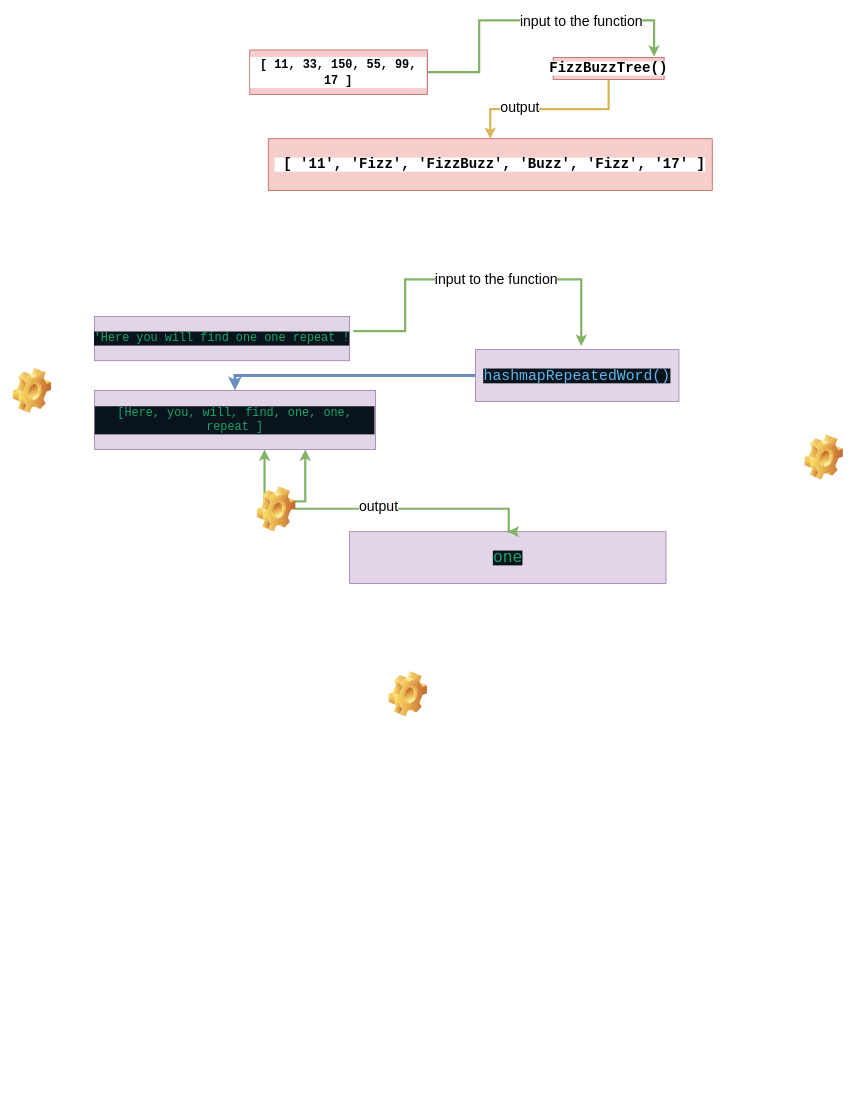
This is page "Page-7" (9 of 13) of Untitled Diagram.drawio from shadykh/uml, a draw.io file, before an edit. Source tidied: cells renumbered, new cells numbered last; positions are measured from the earlier drawing's top-left corner, leaving out a move shared by most shapes. Both pictures are drawn from the tidied source at 74%, with x=0, y=0 at pixel (13, 20).
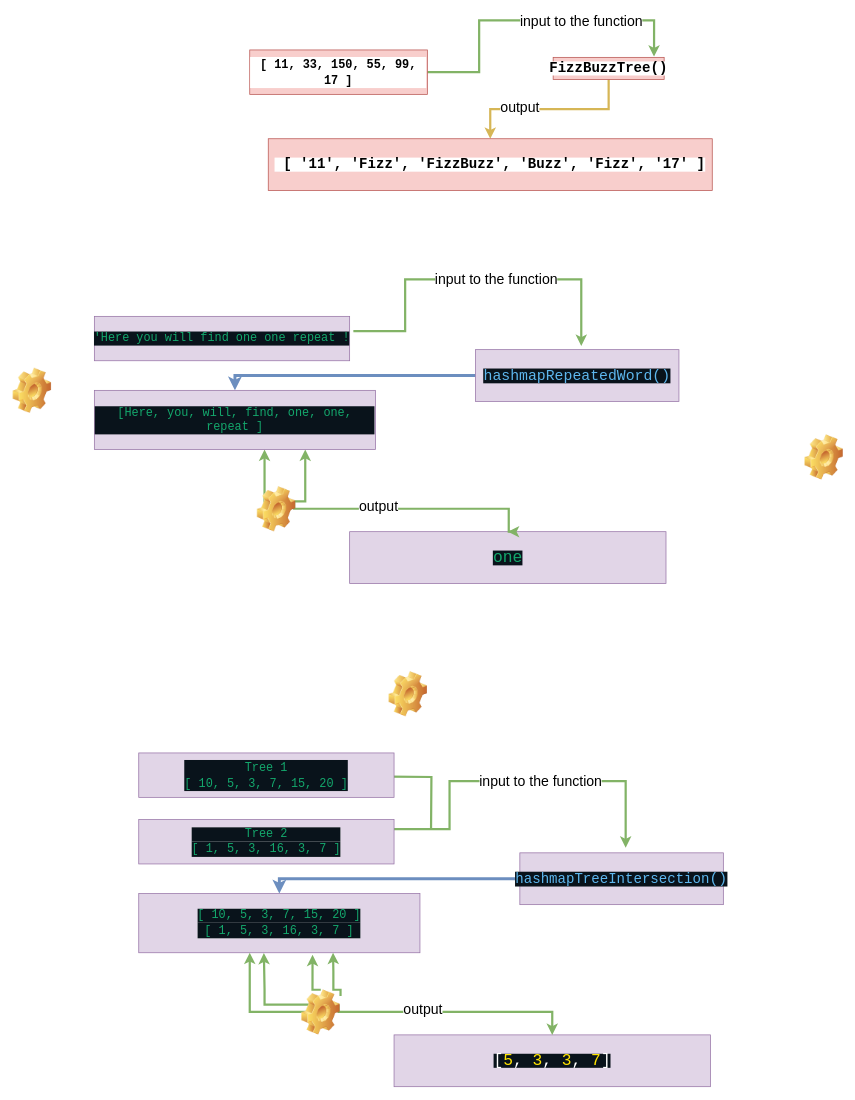
The same page after the edit.

Change to the diagram source:
```diff
@@
+    <mxCell id="26" style="edgeStyle=orthogonalEdgeStyle;rounded=0;orthogonalLoop=1;jettySize=auto;html=1;exitX=1;exitY=0.25;exitDx=0;exitDy=0;fontColor=#000000;strokeWidth=3;fillColor=#d5e8d4;strokeColor=#82b366;" parent="1" edge="1">
+      <mxGeometry relative="1" as="geometry">
+        <mxPoint x="515" y="1093" as="sourcePoint" />
+        <mxPoint x="828" y="1118" as="targetPoint" />
+        <Array as="points">
+          <mxPoint x="590" y="1093" />
+          <mxPoint x="590" y="1028" />
+          <mxPoint x="828" y="1028" />
+        </Array>
+      </mxGeometry>
+    </mxCell>
+    <mxCell id="27" value="input to the function" style="edgeLabel;html=1;align=center;verticalAlign=middle;fontSize=19;" parent="26" vertex="1">
+      <mxGeometry x="-0.07" y="-1" relative="1" as="geometry">
+        <mxPoint x="44" y="-1" as="offset" />
+      </mxGeometry>
+    </mxCell>
+    <mxCell id="28" value="&lt;div style=&quot;line-height: 19px&quot;&gt;&lt;div style=&quot;color: rgb(255 , 255 , 255) ; background-color: rgb(9 , 19 , 27) ; font-family: &amp;#34;consolas&amp;#34; , &amp;#34;courier new&amp;#34; , monospace ; font-weight: normal ; line-height: 19px&quot;&gt;&lt;span style=&quot;color: rgb(20 , 167 , 108)&quot;&gt;&lt;font style=&quot;font-size: 16px&quot;&gt;Tree 2&lt;/font&gt;&lt;/span&gt;&lt;/div&gt;&lt;div style=&quot;background-color: rgb(9 , 19 , 27) ; line-height: 19px&quot;&gt;&lt;font&gt;&lt;font color=&quot;#14a76c&quot; face=&quot;consolas, courier new, monospace&quot;&gt;&lt;span style=&quot;font-weight: 400&quot;&gt;[ 1, 5, 3, 16, 3, 7 ]&lt;/span&gt;&lt;/font&gt;&lt;br&gt;&lt;/font&gt;&lt;/div&gt;&lt;/div&gt;" style="text;html=1;align=center;verticalAlign=middle;whiteSpace=wrap;rounded=0;labelBackgroundColor=#ffffff;fontSize=16;fontStyle=1;strokeColor=#9673a6;fillColor=#e1d5e7;" parent="1" vertex="1">
+      <mxGeometry x="170" y="1080" width="345" height="60" as="geometry" />
+    </mxCell>
+    <mxCell id="29" style="edgeStyle=orthogonalEdgeStyle;rounded=0;orthogonalLoop=1;jettySize=auto;html=1;exitX=0.5;exitY=1;exitDx=0;exitDy=0;fontColor=#000000;" parent="1" edge="1">
+      <mxGeometry relative="1" as="geometry">
+        <mxPoint x="465" y="1200" as="sourcePoint" />
+        <mxPoint x="465" y="1200" as="targetPoint" />
+      </mxGeometry>
+    </mxCell>
+    <mxCell id="30" style="edgeStyle=orthogonalEdgeStyle;rounded=0;jettySize=auto;html=1;exitX=0;exitY=0.5;exitDx=0;exitDy=0;entryX=0.5;entryY=0;entryDx=0;entryDy=0;strokeWidth=4;fillColor=#dae8fc;strokeColor=#6c8ebf;" parent="1" edge="1" source="31" target="36">
+      <mxGeometry relative="1" as="geometry" />
+    </mxCell>
+    <mxCell id="31" value="&lt;div style=&quot;font-family: &amp;#34;consolas&amp;#34; , &amp;#34;courier new&amp;#34; , monospace ; line-height: 19px&quot;&gt;&lt;div style=&quot;color: rgb(255 , 255 , 255) ; background-color: rgb(9 , 19 , 27) ; font-family: &amp;#34;consolas&amp;#34; , &amp;#34;courier new&amp;#34; , monospace ; font-weight: normal ; line-height: 19px&quot;&gt;&lt;span style=&quot;color: rgb(94 , 183 , 238) ; font-family: &amp;#34;consolas&amp;#34; , &amp;#34;courier new&amp;#34; , monospace&quot;&gt;&lt;font style=&quot;font-size: 19px&quot;&gt;hashmapTreeIntersection&lt;/font&gt;&lt;/span&gt;&lt;span style=&quot;color: rgb(94 , 183 , 238)&quot;&gt;&lt;font style=&quot;font-size: 20px&quot;&gt;()&lt;/font&gt;&lt;/span&gt;&lt;/div&gt;&lt;/div&gt;" style="text;html=1;strokeColor=#9673a6;fillColor=#e1d5e7;align=center;verticalAlign=middle;whiteSpace=wrap;rounded=0;labelBackgroundColor=#ffffff;fontSize=19;fontStyle=1;" parent="1" vertex="1">
+      <mxGeometry x="685" y="1125" width="275" height="70" as="geometry" />
+    </mxCell>
+    <mxCell id="32" value="&lt;div style=&quot;font-family: &amp;#34;consolas&amp;#34; , &amp;#34;courier new&amp;#34; , monospace ; line-height: 19px&quot;&gt;&lt;div style=&quot;color: rgb(255 , 255 , 255) ; background-color: rgb(9 , 19 , 27) ; font-family: &amp;#34;consolas&amp;#34; , &amp;#34;courier new&amp;#34; , monospace ; font-weight: normal ; line-height: 19px ; font-size: 22px&quot;&gt;&lt;div style=&quot;font-family: &amp;#34;consolas&amp;#34; , &amp;#34;courier new&amp;#34; , monospace ; line-height: 19px&quot;&gt;[&lt;span style=&quot;color: #ffe400&quot;&gt;5&lt;/span&gt;,&amp;nbsp;&lt;span style=&quot;color: #ffe400&quot;&gt;3&lt;/span&gt;,&amp;nbsp;&lt;span style=&quot;color: #ffe400&quot;&gt;3&lt;/span&gt;,&amp;nbsp;&lt;span style=&quot;color: #ffe400&quot;&gt;7&lt;/span&gt;]&lt;/div&gt;&lt;/div&gt;&lt;/div&gt;" style="text;html=1;strokeColor=#9673a6;fillColor=#e1d5e7;align=center;verticalAlign=middle;whiteSpace=wrap;rounded=0;labelBackgroundColor=#ffffff;fontSize=19;fontStyle=1;" parent="1" vertex="1">
+      <mxGeometry x="515" y="1371" width="427.5" height="70" as="geometry" />
+    </mxCell>
+    <mxCell id="33" style="edgeStyle=orthogonalEdgeStyle;rounded=0;jettySize=auto;html=1;exitX=0;exitY=0.3333333333333333;exitDx=0;exitDy=0;exitPerimeter=0;fillColor=#d5e8d4;strokeColor=#82b366;strokeWidth=3;" parent="1" edge="1" target="36">
+      <mxGeometry relative="1" as="geometry">
+        <mxPoint x="410" y="1330" as="sourcePoint" />
+        <Array as="points">
+          <mxPoint x="410" y="1340" />
+          <mxPoint x="320" y="1340" />
+        </Array>
+      </mxGeometry>
+    </mxCell>
+    <mxCell id="34" style="edgeStyle=orthogonalEdgeStyle;rounded=0;jettySize=auto;html=1;exitX=1;exitY=0.3333333333333333;exitDx=0;exitDy=0;exitPerimeter=0;fillColor=#d5e8d4;strokeColor=#82b366;strokeWidth=3;entryX=0.445;entryY=1.005;entryDx=0;entryDy=0;entryPerimeter=0;" parent="1" edge="1" target="36">
+      <mxGeometry relative="1" as="geometry">
+        <mxPoint x="440" y="1330" as="sourcePoint" />
+        <Array as="points">
+          <mxPoint x="340" y="1330" />
+          <mxPoint x="340" y="1310" />
+        </Array>
+      </mxGeometry>
+    </mxCell>
+    <mxCell id="35" style="edgeStyle=orthogonalEdgeStyle;rounded=0;jettySize=auto;html=1;exitX=1;exitY=0.3333333333333333;exitDx=0;exitDy=0;exitPerimeter=0;entryX=0.5;entryY=0;entryDx=0;entryDy=0;fillColor=#d5e8d4;strokeColor=#82b366;strokeWidth=3;" parent="1" edge="1" target="32">
+      <mxGeometry relative="1" as="geometry">
+        <mxPoint x="440" y="1330" as="sourcePoint" />
+        <Array as="points">
+          <mxPoint x="440" y="1340" />
+          <mxPoint x="729" y="1340" />
+        </Array>
+      </mxGeometry>
+    </mxCell>
+    <mxCell id="36" value="&lt;div style=&quot;line-height: 19px&quot;&gt;&lt;div style=&quot;background-color: rgb(9 , 19 , 27) ; font-family: &amp;#34;consolas&amp;#34; , &amp;#34;courier new&amp;#34; , monospace ; font-weight: normal ; line-height: 19px&quot;&gt;&lt;font color=&quot;#14a76c&quot; face=&quot;consolas, courier new, monospace&quot; style=&quot;font-weight: 700&quot;&gt;&lt;span style=&quot;font-weight: 400&quot;&gt;[ 10, 5, 3, 7, 15, 20 ]&lt;/span&gt;&lt;/font&gt;&lt;/div&gt;&lt;div style=&quot;background-color: rgb(9 , 19 , 27) ; font-family: &amp;#34;consolas&amp;#34; , &amp;#34;courier new&amp;#34; , monospace ; font-weight: normal ; line-height: 19px&quot;&gt;&lt;div style=&quot;font-family: &amp;#34;helvetica&amp;#34; ; font-weight: 700 ; line-height: 19px&quot;&gt;&lt;font color=&quot;#14a76c&quot; face=&quot;consolas, courier new, monospace&quot;&gt;&lt;span style=&quot;font-weight: 400&quot;&gt;[ 1, 5, 3, 16, 3, 7 ]&lt;/span&gt;&lt;/font&gt;&lt;/div&gt;&lt;/div&gt;&lt;/div&gt;" style="text;html=1;align=center;verticalAlign=middle;whiteSpace=wrap;rounded=0;labelBackgroundColor=#ffffff;fontSize=16;fontStyle=1;strokeColor=#9673a6;fillColor=#e1d5e7;" parent="1" vertex="1">
+      <mxGeometry x="170" y="1180" width="380" height="80" as="geometry" />
+    </mxCell>
+    <mxCell id="37" value="output" style="edgeLabel;html=1;align=center;verticalAlign=middle;fontSize=19;" parent="1" vertex="1">
+      <mxGeometry x="877.5" y="1315" as="geometry">
+        <mxPoint x="-324" y="21" as="offset" />
+      </mxGeometry>
+    </mxCell>
+    <mxCell id="38" style="edgeStyle=orthogonalEdgeStyle;rounded=0;jettySize=auto;html=1;exitX=0.5;exitY=0;exitDx=0;exitDy=0;entryX=0.618;entryY=1.035;entryDx=0;entryDy=0;entryPerimeter=0;endArrow=classic;endFill=1;strokeWidth=3;fillColor=#d5e8d4;strokeColor=#82b366;" parent="1" edge="1" source="40" target="36">
+      <mxGeometry relative="1" as="geometry">
+        <Array as="points">
+          <mxPoint x="405" y="1310" />
+        </Array>
+      </mxGeometry>
+    </mxCell>
+    <mxCell id="39" style="edgeStyle=orthogonalEdgeStyle;rounded=0;jettySize=auto;html=1;exitX=1.013;exitY=0.137;exitDx=0;exitDy=0;entryX=0.691;entryY=1.001;entryDx=0;entryDy=0;entryPerimeter=0;endArrow=classic;endFill=1;strokeWidth=3;fillColor=#d5e8d4;strokeColor=#82b366;exitPerimeter=0;" parent="1" edge="1" source="40" target="36">
+      <mxGeometry relative="1" as="geometry">
+        <Array as="points">
+          <mxPoint x="443" y="1310" />
+          <mxPoint x="433" y="1310" />
+          <mxPoint x="433" y="1285" />
+          <mxPoint x="433" y="1285" />
+        </Array>
+      </mxGeometry>
+    </mxCell>
+    <mxCell id="40" style="shape=image;html=1;verticalLabelPosition=bottom;verticalAlign=top;imageAspect=1;image=img/clipart/Gear_128x128.png;strokeWidth=3;fillColor=#808080;" parent="1" vertex="1">
+      <mxGeometry x="390" y="1310" width="52" height="61" as="geometry" />
+    </mxCell>
+    <mxCell id="41" style="edgeStyle=orthogonalEdgeStyle;rounded=0;orthogonalLoop=1;jettySize=auto;html=1;exitX=1;exitY=0.5;exitDx=0;exitDy=0;strokeWidth=3;fillColor=#d5e8d4;strokeColor=#82b366;endArrow=none;endFill=0;" parent="1" edge="1">
+      <mxGeometry relative="1" as="geometry">
+        <mxPoint x="510" y="1022" as="sourcePoint" />
+        <mxPoint x="565" y="1092" as="targetPoint" />
+      </mxGeometry>
+    </mxCell>
+    <mxCell id="42" value="&lt;div style=&quot;line-height: 19px&quot;&gt;&lt;div style=&quot;background-color: rgb(9 , 19 , 27) ; line-height: 19px&quot;&gt;&lt;font&gt;&lt;font color=&quot;#14a76c&quot; face=&quot;consolas, courier new, monospace&quot;&gt;&lt;span style=&quot;font-weight: normal&quot;&gt;Tree 1&lt;/span&gt;&lt;/font&gt;&lt;br&gt;&lt;font color=&quot;#14a76c&quot; face=&quot;consolas, courier new, monospace&quot;&gt;&lt;span style=&quot;font-weight: 400&quot;&gt;[ 10, 5, 3, 7, 15, 20 ]&lt;/span&gt;&lt;/font&gt;&lt;br&gt;&lt;/font&gt;&lt;/div&gt;&lt;/div&gt;" style="text;html=1;align=center;verticalAlign=middle;whiteSpace=wrap;rounded=0;labelBackgroundColor=#ffffff;fontSize=16;fontStyle=1;strokeColor=#9673a6;fillColor=#e1d5e7;" parent="1" vertex="1">
+      <mxGeometry x="170" y="990" width="345" height="60" as="geometry" />
+    </mxCell>
```
